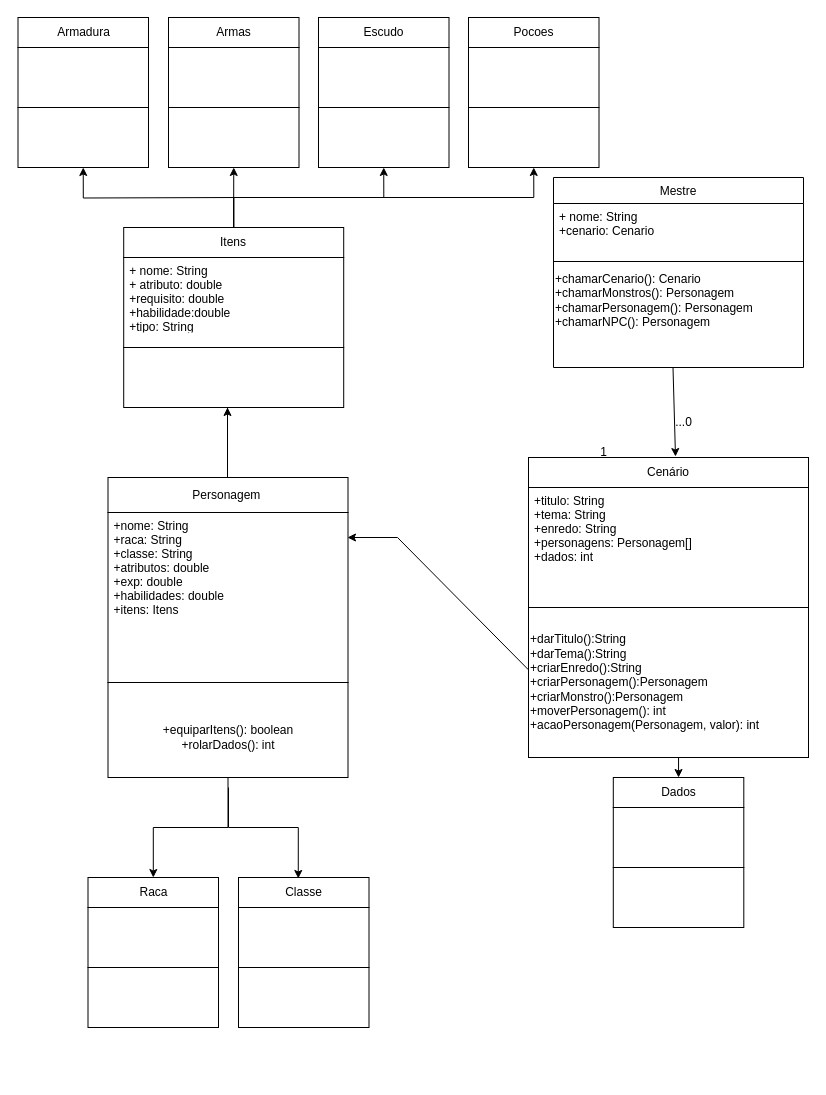
Above: diagrama-trabalho-final-rpg.drawio in MrMoisesNoah/MestresDoRPG-trabalho-programaVemSerDBC (draw.io), before the change. Source tidied: cells renumbered, new cells numbered last; positions are measured from the earlier drawing's top-left corner, leaving out a move shared by most shapes. Both pictures are drawn from the tidied source at 100%, with x=0, y=0 at pixel (18, 17).
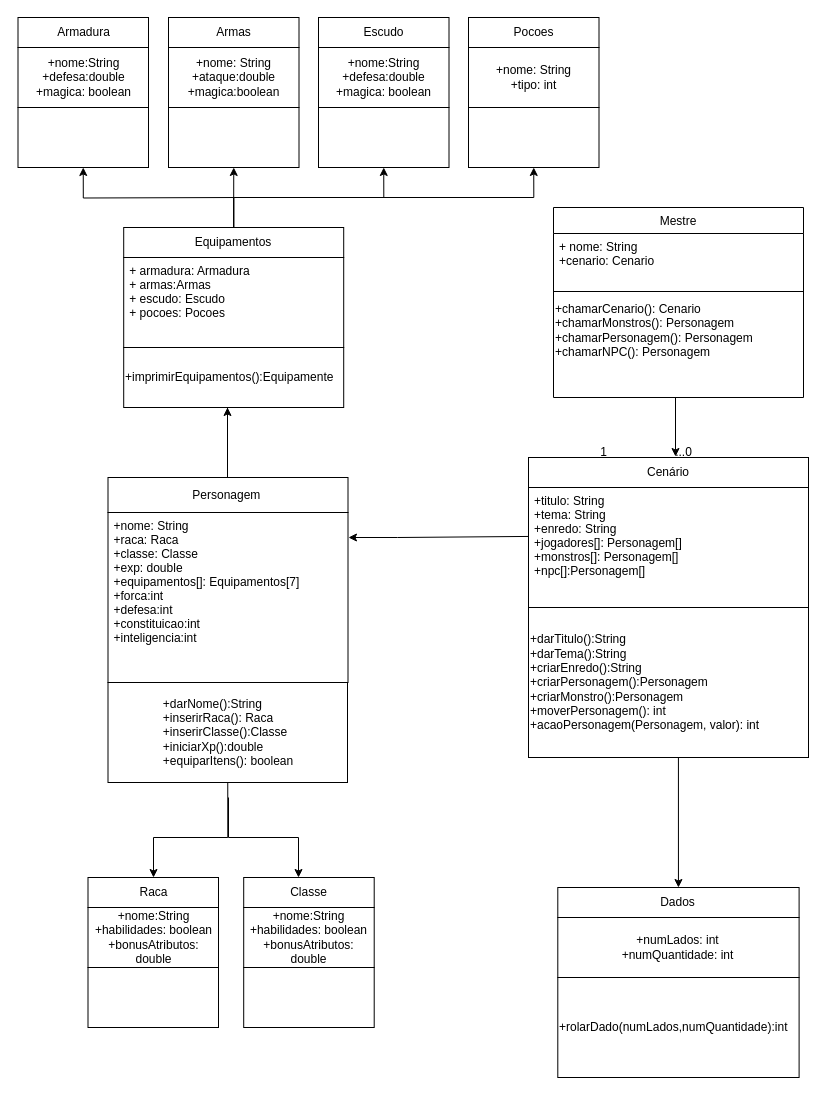
Above is the later version.

The change refers to these unchanged cells:
```xml
<mxCell id="6" value="Cenário" style="rounded=0;whiteSpace=wrap;html=1;" parent="1" vertex="1">
  <mxGeometry x="510" y="440" width="280" height="30" as="geometry" />
</mxCell>
<mxCell id="41" value="Raca" style="rounded=0;whiteSpace=wrap;html=1;" parent="1" vertex="1">
  <mxGeometry x="69.5" y="860" width="130.5" height="30" as="geometry" />
</mxCell>
```

Change to the diagram source:
```diff
@@
     <mxCell id="2" value="Mestre" style="swimlane;fontStyle=0;align=center;verticalAlign=top;horizontal=1;startSize=26;rounded=0;shadow=0;strokeWidth=1;" parent="1" vertex="1">
-      <mxGeometry x="535" y="160" width="250" height="190" as="geometry" />
+      <mxGeometry x="535" y="190" width="250" height="190" as="geometry" />
     </mxCell>
@@
-    <mxCell id="5" value="+chamarCenario(): Cenario&lt;br&gt;+chamarMonstros(): Personagem&lt;br&gt;+chamarPersonagem(): Personagem&lt;br&gt;+chamarNPC(): Personagem" style="text;html=1;align=left;verticalAlign=middle;strokeColor=none;fillColor=none;" parent="2" vertex="1">
+    <mxCell id="5" value="+chamarCenario(): Cenario&lt;br&gt;+chamarMonstros(): Personagem&lt;br&gt;+chamarPersonagem(): Personagem&lt;br&gt;+chamarNPC(): Personagem&lt;br&gt;" style="text;html=1;align=left;verticalAlign=middle;strokeColor=none;fillColor=none;" parent="2" vertex="1">
       <mxGeometry y="88" width="250" height="70" as="geometry" />
     </mxCell>
@@
-    <mxCell id="12" value="Itens" style="rounded=0;whiteSpace=wrap;html=1;" parent="1" vertex="1">
+    <mxCell id="12" value="Equipamentos" style="rounded=0;whiteSpace=wrap;html=1;" parent="1" vertex="1">
       <mxGeometry x="105.2" y="210" width="220" height="30" as="geometry" />
     </mxCell>
@@
-    <mxCell id="17" style="rounded=0;whiteSpace=wrap;html=1;" parent="1" vertex="1">
+    <mxCell id="17" value="+imprimirEquipamentos():Equipamente" style="rounded=0;whiteSpace=wrap;html=1;align=left;" parent="1" vertex="1">
       <mxGeometry x="105.2" y="330" width="220" height="60" as="geometry" />
     </mxCell>
@@
-    <mxCell id="19" style="edgeStyle=orthogonalEdgeStyle;rounded=0;jettySize=auto;html=1;entryX=0.458;entryY=0.033;entryDx=0;entryDy=0;entryPerimeter=0;" parent="1" edge="1" target="44">
+    <mxCell id="19" style="edgeStyle=orthogonalEdgeStyle;rounded=0;orthogonalLoop=1;jettySize=auto;html=1;" parent="1" edge="1">
       <mxGeometry relative="1" as="geometry">
-        <mxPoint x="210" y="770" as="sourcePoint" />
+        <mxPoint x="210" y="780" as="sourcePoint" />
+        <mxPoint x="280" y="860" as="targetPoint" />
         <Array as="points">
-          <mxPoint x="210" y="810" />
-          <mxPoint x="280" y="810" />
+          <mxPoint x="210" y="820" />
+          <mxPoint x="280" y="820" />
         </Array>
       </mxGeometry>
     </mxCell>
     <mxCell id="20" style="edgeStyle=orthogonalEdgeStyle;rounded=0;jettySize=auto;html=1;exitX=0.5;exitY=1;exitDx=0;exitDy=0;" parent="1" edge="1" source="21" target="41">
-      <mxGeometry relative="1" as="geometry" />
+      <mxGeometry relative="1" as="geometry">
+        <Array as="points">
+          <mxPoint x="209" y="820" />
+          <mxPoint x="135" y="820" />
+        </Array>
+      </mxGeometry>
     </mxCell>
-    <mxCell id="21" value="&lt;br&gt;+equiparItens(): boolean&lt;br&gt;+rolarDados(): int" style="rounded=0;whiteSpace=wrap;html=1;" parent="1" vertex="1">
-      <mxGeometry x="89.5" y="665" width="240" height="95" as="geometry" />
+    <mxCell id="21" value="&lt;div style=&quot;text-align: left;&quot;&gt;&lt;span style=&quot;background-color: initial;&quot;&gt;+darNome():String&lt;/span&gt;&lt;/div&gt;&lt;div style=&quot;text-align: left;&quot;&gt;&lt;span style=&quot;background-color: initial;&quot;&gt;+inserirRaca(): Raca&lt;/span&gt;&lt;/div&gt;&lt;div style=&quot;text-align: left;&quot;&gt;&lt;span style=&quot;background-color: initial;&quot;&gt;+inserirClasse():Classe&lt;/span&gt;&lt;/div&gt;&lt;div style=&quot;text-align: left;&quot;&gt;&lt;span style=&quot;background-color: initial;&quot;&gt;+iniciarXp():double&lt;/span&gt;&lt;/div&gt;&lt;div style=&quot;text-align: left;&quot;&gt;&lt;span style=&quot;background-color: initial;&quot;&gt;+equiparItens(): boolean&lt;/span&gt;&lt;/div&gt;" style="rounded=0;whiteSpace=wrap;html=1;" parent="1" vertex="1">
+      <mxGeometry x="89.5" y="665" width="239.5" height="100" as="geometry" />
     </mxCell>
@@
-    <mxCell id="23" value="+nome: String&#10;+raca: String&#10;+classe: String&#10;+atributos: double&#10;+exp: double&#10;+habilidades: double&#10;+itens: Itens&#10;&#10;&#10;&#10;" style="text;align=left;verticalAlign=top;spacingLeft=4;spacingRight=4;overflow=hidden;" parent="1" vertex="1">
+    <mxCell id="23" value="+nome: String&#10;+raca: Raca&#10;+classe: Classe&#10;+exp: double&#10;+equipamentos[]: Equipamentos[7]&#10;+forca:int&#10;+defesa:int&#10;+constituicao:int&#10;+inteligencia:int&#10;&#10;&#10;&#10;&#10;" style="text;align=left;verticalAlign=top;spacingLeft=4;spacingRight=4;overflow=hidden;" parent="1" vertex="1">
       <mxGeometry x="89.5" y="495" width="240" height="160" as="geometry" />
     </mxCell>
-    <mxCell id="24" value="+ nome: String&#10;+ atributo: double&#10;+requisito: double&#10;+habilidade:double&#10;+tipo: String&#10;&#10;&#10; " style="text;align=left;verticalAlign=top;spacingLeft=4;spacingRight=4;overflow=hidden;" parent="1" vertex="1">
-      <mxGeometry x="105.2" y="240" width="120" height="70" as="geometry" />
+    <mxCell id="24" value="+ armadura: Armadura&#10;+ armas:Armas&#10;+ escudo: Escudo&#10;+ pocoes: Pocoes&#10;&#10;&#10; " style="text;align=left;verticalAlign=top;spacingLeft=4;spacingRight=4;overflow=hidden;" parent="1" vertex="1">
+      <mxGeometry x="105.2" y="240" width="134.8" height="70" as="geometry" />
     </mxCell>
-    <mxCell id="25" value="+titulo: String&#10;+tema: String&#10;+enredo: String&#10;+personagens: Personagem[]&#10;+dados: int" style="text;align=left;verticalAlign=top;spacingLeft=4;spacingRight=4;overflow=hidden;points=[[0,0.5],[1,0.5]];portConstraint=eastwest;" parent="1" vertex="1">
+    <mxCell id="25" value="+titulo: String&#10;+tema: String&#10;+enredo: String&#10;+jogadores[]: Personagem[]&#10;+monstros[]: Personagem[]&#10;+npc[]:Personagem[]&#10;" style="text;align=left;verticalAlign=top;spacingLeft=4;spacingRight=4;overflow=hidden;points=[[0,0.5],[1,0.5]];portConstraint=eastwest;" parent="1" vertex="1">
       <mxGeometry x="510" y="470" width="280" height="110" as="geometry" />
     </mxCell>
     <mxCell id="26" value="...0" style="text;html=1;align=center;verticalAlign=middle;strokeColor=none;fillColor=none;" parent="1" vertex="1">
-      <mxGeometry x="645" y="390" width="40" height="30" as="geometry" />
+      <mxGeometry x="645" y="420" width="40" height="30" as="geometry" />
     </mxCell>
@@
     <mxCell id="28" style="endArrow=classic;html=1;rounded=0;entryX=0.525;entryY=-0.033;entryDx=0;entryDy=0;entryPerimeter=0;" parent="1" edge="1" target="6">
       <mxGeometry relative="1" as="geometry">
-        <mxPoint x="654.5" y="350" as="sourcePoint" />
+        <mxPoint x="657" y="380" as="sourcePoint" />
       </mxGeometry>
     </mxCell>
@@
-    <mxCell id="30" style="endArrow=classic;html=1;rounded=0;exitX=0;exitY=0.385;exitDx=0;exitDy=0;exitPerimeter=0;" parent="1" edge="1" source="31">
+    <mxCell id="30" style="endArrow=classic;html=1;rounded=0;exitX=0;exitY=0.445;exitDx=0;exitDy=0;exitPerimeter=0;" parent="1" edge="1" source="25">
       <mxGeometry relative="1" as="geometry">
-        <mxPoint x="329" y="520" as="targetPoint" />
+        <mxPoint x="330" y="520" as="targetPoint" />
         <Array as="points">
           <mxPoint x="379" y="520" />
         </Array>
       </mxGeometry>
     </mxCell>
-    <mxCell id="31" value="+darTitulo():String&lt;br&gt;+darTema():String&lt;br&gt;+criarEnredo():String&lt;br&gt;+criarPersonagem():Personagem&lt;br&gt;+criarMonstro():Personagem&lt;br&gt;+moverPersonagem(): int&lt;br&gt;+acaoPersonagem(Personagem, valor): int" style="text;html=1;align=left;verticalAlign=middle;points=[];strokeColor=none;fillColor=none;" parent="1" vertex="1">
+    <mxCell id="31" value="+darTitulo():String&lt;br&gt;+darTema():String&lt;br&gt;+criarEnredo():String&lt;br&gt;+criarPersonagem():Personagem&lt;br&gt;+criarMonstro():Personagem&lt;br&gt;+moverPersonagem(): int&lt;br&gt;+acaoPersonagem(Personagem, valor): int&lt;br&gt;" style="text;html=1;align=left;verticalAlign=middle;points=[];strokeColor=none;fillColor=none;" parent="1" vertex="1">
       <mxGeometry x="510" y="610" width="250" height="110" as="geometry" />
     </mxCell>
@@
-    <mxCell id="33" style="rounded=0;whiteSpace=wrap;html=1;" parent="1" vertex="1">
+    <mxCell id="33" value="+nome:String&lt;br&gt;+defesa:double&lt;br&gt;+magica: boolean" style="rounded=0;whiteSpace=wrap;html=1;" parent="1" vertex="1">
       <mxGeometry x="-0.5" y="30" width="130.5" height="60" as="geometry" />
     </mxCell>
@@
-    <mxCell id="36" style="rounded=0;whiteSpace=wrap;html=1;" parent="1" vertex="1">
+    <mxCell id="36" value="+nome: String&lt;br&gt;+ataque:double&lt;br&gt;+magica:boolean" style="rounded=0;whiteSpace=wrap;html=1;" parent="1" vertex="1">
       <mxGeometry x="150" y="30" width="130.5" height="60" as="geometry" />
     </mxCell>
@@
-    <mxCell id="39" style="rounded=0;whiteSpace=wrap;html=1;" parent="1" vertex="1">
+    <mxCell id="39" value="+nome:String&lt;br&gt;+defesa:double&lt;br&gt;+magica: boolean" style="rounded=0;whiteSpace=wrap;html=1;" parent="1" vertex="1">
       <mxGeometry x="300" y="30" width="130.5" height="60" as="geometry" />
     </mxCell>
@@
-    <mxCell id="42" style="rounded=0;whiteSpace=wrap;html=1;" parent="1" vertex="1">
+    <mxCell id="42" value="+nome:String&lt;br&gt;+habilidades: boolean&lt;br&gt;&lt;span style=&quot;text-align: left;&quot;&gt;+bonusAtributos: double&lt;/span&gt;" style="rounded=0;whiteSpace=wrap;html=1;" parent="1" vertex="1">
       <mxGeometry x="69.5" y="890" width="130.5" height="60" as="geometry" />
     </mxCell>
@@
     <mxCell id="44" value="Classe" style="rounded=0;whiteSpace=wrap;html=1;" parent="1" vertex="1">
-      <mxGeometry x="220" y="860" width="130.5" height="30" as="geometry" />
+      <mxGeometry x="225.2" y="860" width="130.5" height="30" as="geometry" />
     </mxCell>
-    <mxCell id="45" style="rounded=0;whiteSpace=wrap;html=1;" parent="1" vertex="1">
-      <mxGeometry x="220" y="890" width="130.5" height="60" as="geometry" />
+    <mxCell id="45" value="+nome:String&lt;br&gt;+habilidades: boolean&lt;br&gt;&lt;span style=&quot;text-align: left;&quot;&gt;+bonusAtributos: double&lt;/span&gt;" style="rounded=0;whiteSpace=wrap;html=1;" parent="1" vertex="1">
+      <mxGeometry x="225.2" y="890" width="130.5" height="60" as="geometry" />
     </mxCell>
     <mxCell id="46" style="rounded=0;whiteSpace=wrap;html=1;" parent="1" vertex="1">
-      <mxGeometry x="220" y="950" width="130.5" height="60" as="geometry" />
+      <mxGeometry x="225.2" y="950" width="130.5" height="60" as="geometry" />
     </mxCell>
     <mxCell id="47" value="Dados" style="rounded=0;whiteSpace=wrap;html=1;" parent="1" vertex="1">
-      <mxGeometry x="594.8" y="760" width="130.5" height="30" as="geometry" />
+      <mxGeometry x="539.3" y="870" width="241.3" height="30" as="geometry" />
     </mxCell>
-    <mxCell id="48" style="rounded=0;whiteSpace=wrap;html=1;" parent="1" vertex="1">
-      <mxGeometry x="594.8" y="790" width="130.5" height="60" as="geometry" />
+    <mxCell id="48" value="+numLados: int&lt;br&gt;+numQuantidade: int&lt;br&gt;" style="rounded=0;whiteSpace=wrap;html=1;" parent="1" vertex="1">
+      <mxGeometry x="539.3" y="900" width="241.3" height="60" as="geometry" />
     </mxCell>
-    <mxCell id="49" style="rounded=0;whiteSpace=wrap;html=1;" parent="1" vertex="1">
-      <mxGeometry x="594.8" y="850" width="130.5" height="60" as="geometry" />
+    <mxCell id="49" value="+rolarDado(numLados,numQuantidade):int" style="rounded=0;whiteSpace=wrap;html=1;align=left;" parent="1" vertex="1">
+      <mxGeometry x="539.3" y="960" width="241.3" height="100" as="geometry" />
     </mxCell>
@@
-    <mxCell id="51" style="rounded=0;whiteSpace=wrap;html=1;" parent="1" vertex="1">
+    <mxCell id="51" value="+nome: String&lt;br&gt;+tipo: int&lt;br&gt;" style="rounded=0;whiteSpace=wrap;html=1;" parent="1" vertex="1">
       <mxGeometry x="450" y="30" width="130.5" height="60" as="geometry" />
     </mxCell>
```
